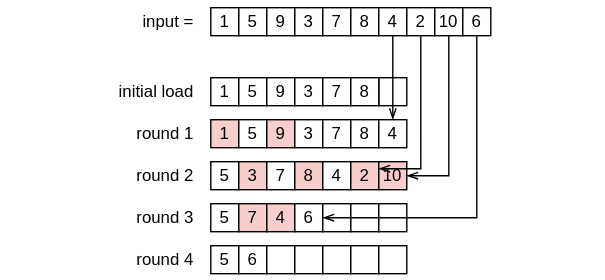
This is docs/posts/算法/assets/c8ca67-3.drawio.svg from axiomofchoice-hjt/Axiomofchoice-hjt.github.io, a draw.io export, as it was before one commit. Source tidied: cells renumbered, new cells last; positions are measured from the earlier drawing's top-left corner, leaving out a move shared by most shapes.
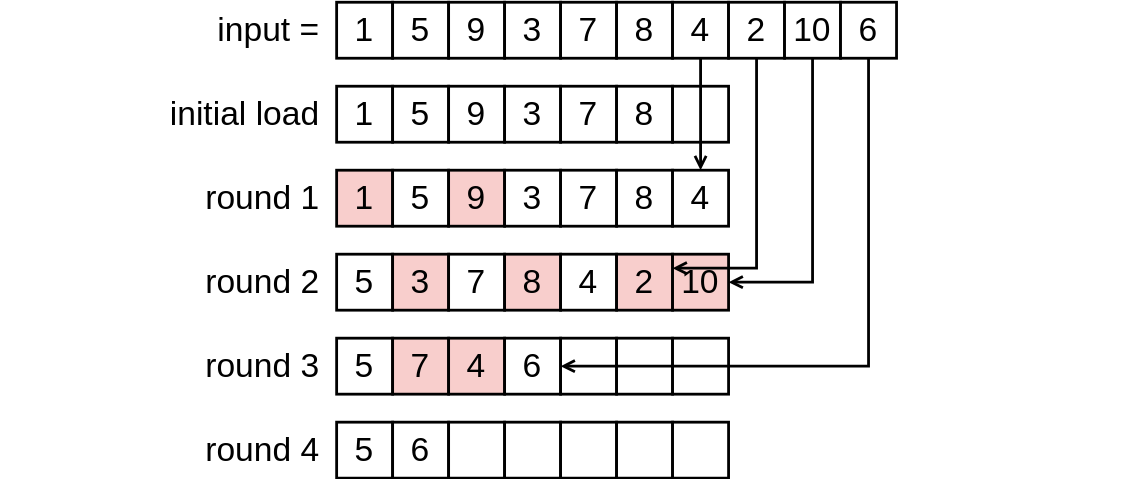
After the change.

Diff of the diagram source:
```diff
@@ -2,176 +2,176 @@
   <root>
     <mxCell id="0" />
     <mxCell id="1" parent="0" />
-    <mxCell id="2" style="rounded=0;whiteSpace=wrap;html=1;" parent="1" vertex="1">
-      <mxGeometry x="270" y="55" width="20" height="20" as="geometry" />
-    </mxCell>
-    <mxCell id="3" value="1" style="rounded=0;whiteSpace=wrap;html=1;" parent="1" vertex="1">
-      <mxGeometry x="150" y="5" width="20" height="20" as="geometry" />
-    </mxCell>
-    <mxCell id="4" value="5" style="rounded=0;whiteSpace=wrap;html=1;" parent="1" vertex="1">
-      <mxGeometry x="170" y="5" width="20" height="20" as="geometry" />
-    </mxCell>
-    <mxCell id="5" value="9" style="rounded=0;whiteSpace=wrap;html=1;" parent="1" vertex="1">
-      <mxGeometry x="190" y="5" width="20" height="20" as="geometry" />
-    </mxCell>
-    <mxCell id="6" value="3" style="rounded=0;whiteSpace=wrap;html=1;" parent="1" vertex="1">
-      <mxGeometry x="210" y="5" width="20" height="20" as="geometry" />
-    </mxCell>
-    <mxCell id="7" value="7" style="rounded=0;whiteSpace=wrap;html=1;" parent="1" vertex="1">
-      <mxGeometry x="230" y="5" width="20" height="20" as="geometry" />
-    </mxCell>
-    <mxCell id="8" value="8" style="rounded=0;whiteSpace=wrap;html=1;" parent="1" vertex="1">
-      <mxGeometry x="250" y="5" width="20" height="20" as="geometry" />
-    </mxCell>
-    <mxCell id="9" style="edgeStyle=none;html=1;exitX=0.5;exitY=1;exitDx=0;exitDy=0;entryX=0.5;entryY=0;entryDx=0;entryDy=0;endArrow=openThin;endFill=0;" parent="1" edge="1" source="10" target="34">
-      <mxGeometry relative="1" as="geometry" />
-    </mxCell>
-    <mxCell id="10" value="4" style="rounded=0;whiteSpace=wrap;html=1;" parent="1" vertex="1">
-      <mxGeometry x="270" y="5" width="20" height="20" as="geometry" />
-    </mxCell>
-    <mxCell id="11" value="2" style="rounded=0;whiteSpace=wrap;html=1;" parent="1" vertex="1">
-      <mxGeometry x="290" y="5" width="20" height="20" as="geometry" />
-    </mxCell>
-    <mxCell id="12" value="10" style="rounded=0;whiteSpace=wrap;html=1;" parent="1" vertex="1">
-      <mxGeometry x="310" y="5" width="20" height="20" as="geometry" />
-    </mxCell>
-    <mxCell id="13" value="6" style="rounded=0;whiteSpace=wrap;html=1;" parent="1" vertex="1">
-      <mxGeometry x="330" y="5" width="20" height="20" as="geometry" />
-    </mxCell>
+    <mxCell id="58" style="endArrow=none;html=1;strokeColor=none;" parent="1" edge="1">
+      <mxGeometry relative="1" as="geometry">
+        <mxPoint x="-90" y="265" as="sourcePoint" />
+        <mxPoint x="711.3" y="265" as="targetPoint" />
+      </mxGeometry>
+    </mxCell>
-    <mxCell id="14" value="input =" style="text;html=1;align=right;verticalAlign=middle;whiteSpace=wrap;rounded=0;" parent="1" vertex="1">
-      <mxGeometry x="90" width="50" height="30" as="geometry" />
+    <mxCell id="14" value="input =" style="text;html=1;align=right;verticalAlign=middle;whiteSpace=wrap;rounded=0;fontSize=24;" parent="1" vertex="1">
+      <mxGeometry x="60" y="255" width="80" height="40" as="geometry" />
     </mxCell>
-    <mxCell id="15" value="1" style="rounded=0;whiteSpace=wrap;html=1;" parent="1" vertex="1">
-      <mxGeometry x="150" y="55" width="20" height="20" as="geometry" />
-    </mxCell>
-    <mxCell id="16" value="5" style="rounded=0;whiteSpace=wrap;html=1;" parent="1" vertex="1">
-      <mxGeometry x="170" y="55" width="20" height="20" as="geometry" />
-    </mxCell>
-    <mxCell id="17" value="9" style="rounded=0;whiteSpace=wrap;html=1;" parent="1" vertex="1">
-      <mxGeometry x="190" y="55" width="20" height="20" as="geometry" />
-    </mxCell>
-    <mxCell id="18" value="3" style="rounded=0;whiteSpace=wrap;html=1;" parent="1" vertex="1">
-      <mxGeometry x="210" y="55" width="20" height="20" as="geometry" />
-    </mxCell>
-    <mxCell id="19" value="7" style="rounded=0;whiteSpace=wrap;html=1;" parent="1" vertex="1">
-      <mxGeometry x="230" y="55" width="20" height="20" as="geometry" />
-    </mxCell>
-    <mxCell id="20" value="8" style="rounded=0;whiteSpace=wrap;html=1;" parent="1" vertex="1">
-      <mxGeometry x="250" y="55" width="20" height="20" as="geometry" />
-    </mxCell>
-    <mxCell id="21" value="5" style="rounded=0;whiteSpace=wrap;html=1;" parent="1" vertex="1">
-      <mxGeometry x="150" y="115" width="20" height="20" as="geometry" />
-    </mxCell>
-    <mxCell id="22" value="3" style="rounded=0;whiteSpace=wrap;html=1;fillColor=#f8cecc;strokeColor=#000000;" parent="1" vertex="1">
-      <mxGeometry x="170" y="115" width="20" height="20" as="geometry" />
-    </mxCell>
-    <mxCell id="23" value="7" style="rounded=0;whiteSpace=wrap;html=1;" parent="1" vertex="1">
-      <mxGeometry x="190" y="115" width="20" height="20" as="geometry" />
-    </mxCell>
-    <mxCell id="24" value="8" style="rounded=0;whiteSpace=wrap;html=1;fillColor=#f8cecc;strokeColor=light-dark(#000000, #d7817e);" parent="1" vertex="1">
-      <mxGeometry x="210" y="115" width="20" height="20" as="geometry" />
-    </mxCell>
-    <mxCell id="25" value="4" style="rounded=0;whiteSpace=wrap;html=1;" parent="1" vertex="1">
-      <mxGeometry x="230" y="115" width="20" height="20" as="geometry" />
-    </mxCell>
-    <mxCell id="26" value="2" style="rounded=0;whiteSpace=wrap;html=1;fillColor=#f8cecc;strokeColor=light-dark(#000000, #d7817e);" parent="1" vertex="1">
-      <mxGeometry x="250" y="115" width="20" height="20" as="geometry" />
-    </mxCell>
-    <mxCell id="27" value="10" style="rounded=0;whiteSpace=wrap;html=1;fillColor=#f8cecc;strokeColor=light-dark(#000000, #d7817e);" parent="1" vertex="1">
-      <mxGeometry x="270" y="115" width="20" height="20" as="geometry" />
-    </mxCell>
-    <mxCell id="28" value="1" style="rounded=0;whiteSpace=wrap;html=1;fillColor=#f8cecc;strokeColor=light-dark(#000000, #d7817e);" parent="1" vertex="1">
-      <mxGeometry x="150" y="85" width="20" height="20" as="geometry" />
-    </mxCell>
-    <mxCell id="29" value="5" style="rounded=0;whiteSpace=wrap;html=1;" parent="1" vertex="1">
-      <mxGeometry x="170" y="85" width="20" height="20" as="geometry" />
-    </mxCell>
-    <mxCell id="30" value="9" style="rounded=0;whiteSpace=wrap;html=1;fillColor=#f8cecc;strokeColor=light-dark(#000000, #d7817e);" parent="1" vertex="1">
-      <mxGeometry x="190" y="85" width="20" height="20" as="geometry" />
-    </mxCell>
-    <mxCell id="31" value="3" style="rounded=0;whiteSpace=wrap;html=1;" parent="1" vertex="1">
-      <mxGeometry x="210" y="85" width="20" height="20" as="geometry" />
-    </mxCell>
-    <mxCell id="32" value="7" style="rounded=0;whiteSpace=wrap;html=1;" parent="1" vertex="1">
-      <mxGeometry x="230" y="85" width="20" height="20" as="geometry" />
-    </mxCell>
-    <mxCell id="33" value="8" style="rounded=0;whiteSpace=wrap;html=1;" parent="1" vertex="1">
-      <mxGeometry x="250" y="85" width="20" height="20" as="geometry" />
-    </mxCell>
-    <mxCell id="34" value="4" style="rounded=0;whiteSpace=wrap;html=1;" parent="1" vertex="1">
-      <mxGeometry x="270" y="85" width="20" height="20" as="geometry" />
-    </mxCell>
-    <mxCell id="35" style="edgeStyle=orthogonalEdgeStyle;html=1;exitX=0.5;exitY=1;exitDx=0;exitDy=0;entryX=1;entryY=0.25;entryDx=0;entryDy=0;rounded=0;curved=0;endArrow=openThin;endFill=0;" parent="1" edge="1" source="11" target="26">
-      <mxGeometry relative="1" as="geometry" />
-    </mxCell>
-    <mxCell id="36" style="edgeStyle=orthogonalEdgeStyle;html=1;exitX=0.5;exitY=1;exitDx=0;exitDy=0;rounded=0;curved=0;endArrow=openThin;endFill=0;entryX=1;entryY=0.5;entryDx=0;entryDy=0;" parent="1" edge="1" source="12" target="27">
-      <mxGeometry relative="1" as="geometry" />
-    </mxCell>
-    <mxCell id="37" value="5" style="rounded=0;whiteSpace=wrap;html=1;" parent="1" vertex="1">
-      <mxGeometry x="150" y="145" width="20" height="20" as="geometry" />
-    </mxCell>
-    <mxCell id="38" value="7" style="rounded=0;whiteSpace=wrap;html=1;fillColor=#f8cecc;strokeColor=light-dark(#000000, #d7817e);" parent="1" vertex="1">
-      <mxGeometry x="170" y="145" width="20" height="20" as="geometry" />
-    </mxCell>
-    <mxCell id="39" value="4" style="rounded=0;whiteSpace=wrap;html=1;fillColor=#f8cecc;strokeColor=light-dark(#000000, #d7817e);" parent="1" vertex="1">
-      <mxGeometry x="190" y="145" width="20" height="20" as="geometry" />
-    </mxCell>
-    <mxCell id="40" value="6" style="rounded=0;whiteSpace=wrap;html=1;" parent="1" vertex="1">
-      <mxGeometry x="210" y="145" width="20" height="20" as="geometry" />
-    </mxCell>
-    <mxCell id="41" style="rounded=0;whiteSpace=wrap;html=1;" parent="1" vertex="1">
-      <mxGeometry x="230" y="145" width="20" height="20" as="geometry" />
-    </mxCell>
-    <mxCell id="42" style="rounded=0;whiteSpace=wrap;html=1;" parent="1" vertex="1">
-      <mxGeometry x="250" y="145" width="20" height="20" as="geometry" />
-    </mxCell>
-    <mxCell id="43" style="rounded=0;whiteSpace=wrap;html=1;" parent="1" vertex="1">
-      <mxGeometry x="270" y="145" width="20" height="20" as="geometry" />
-    </mxCell>
-    <mxCell id="44" style="html=1;exitX=0.5;exitY=1;exitDx=0;exitDy=0;entryX=1;entryY=0.5;entryDx=0;entryDy=0;rounded=0;edgeStyle=orthogonalEdgeStyle;endArrow=openThin;endFill=0;" parent="1" edge="1" source="13" target="40">
-      <mxGeometry relative="1" as="geometry" />
-    </mxCell>
-    <mxCell id="45" value="5" style="rounded=0;whiteSpace=wrap;html=1;" parent="1" vertex="1">
-      <mxGeometry x="150" y="175" width="20" height="20" as="geometry" />
-    </mxCell>
-    <mxCell id="46" value="6" style="rounded=0;whiteSpace=wrap;html=1;" parent="1" vertex="1">
-      <mxGeometry x="170" y="175" width="20" height="20" as="geometry" />
-    </mxCell>
-    <mxCell id="47" style="rounded=0;whiteSpace=wrap;html=1;" parent="1" vertex="1">
-      <mxGeometry x="190" y="175" width="20" height="20" as="geometry" />
-    </mxCell>
-    <mxCell id="48" style="rounded=0;whiteSpace=wrap;html=1;" parent="1" vertex="1">
-      <mxGeometry x="210" y="175" width="20" height="20" as="geometry" />
-    </mxCell>
-    <mxCell id="49" style="rounded=0;whiteSpace=wrap;html=1;" parent="1" vertex="1">
-      <mxGeometry x="230" y="175" width="20" height="20" as="geometry" />
-    </mxCell>
-    <mxCell id="50" style="rounded=0;whiteSpace=wrap;html=1;" parent="1" vertex="1">
-      <mxGeometry x="250" y="175" width="20" height="20" as="geometry" />
-    </mxCell>
-    <mxCell id="51" style="rounded=0;whiteSpace=wrap;html=1;" parent="1" vertex="1">
-      <mxGeometry x="270" y="175" width="20" height="20" as="geometry" />
-    </mxCell>
-    <mxCell id="52" value="round 1" style="text;html=1;align=right;verticalAlign=middle;whiteSpace=wrap;rounded=0;" parent="1" vertex="1">
-      <mxGeometry x="80" y="80" width="60" height="30" as="geometry" />
+    <mxCell id="52" value="round 1" style="text;html=1;align=right;verticalAlign=middle;whiteSpace=wrap;rounded=0;fontSize=24;" parent="1" vertex="1">
+      <mxGeometry x="50" y="375" width="90" height="40" as="geometry" />
     </mxCell>
-    <mxCell id="53" value="round 2" style="text;html=1;align=right;verticalAlign=middle;whiteSpace=wrap;rounded=0;" parent="1" vertex="1">
-      <mxGeometry x="80" y="110" width="60" height="30" as="geometry" />
+    <mxCell id="53" value="round 2" style="text;html=1;align=right;verticalAlign=middle;whiteSpace=wrap;rounded=0;fontSize=24;" parent="1" vertex="1">
+      <mxGeometry x="50" y="435" width="90" height="40" as="geometry" />
     </mxCell>
-    <mxCell id="54" value="round 3" style="text;html=1;align=right;verticalAlign=middle;whiteSpace=wrap;rounded=0;" parent="1" vertex="1">
-      <mxGeometry x="80" y="140" width="60" height="30" as="geometry" />
+    <mxCell id="54" value="round 3" style="text;html=1;align=right;verticalAlign=middle;whiteSpace=wrap;rounded=0;fontSize=24;" parent="1" vertex="1">
+      <mxGeometry x="50" y="495" width="90" height="40" as="geometry" />
     </mxCell>
-    <mxCell id="55" value="round 4" style="text;html=1;align=right;verticalAlign=middle;whiteSpace=wrap;rounded=0;" parent="1" vertex="1">
-      <mxGeometry x="80" y="170" width="60" height="30" as="geometry" />
+    <mxCell id="55" value="round 4" style="text;html=1;align=right;verticalAlign=middle;whiteSpace=wrap;rounded=0;fontSize=24;" parent="1" vertex="1">
+      <mxGeometry x="40" y="555" width="100" height="40" as="geometry" />
     </mxCell>
-    <mxCell id="56" value="initial load" style="text;html=1;align=right;verticalAlign=middle;whiteSpace=wrap;rounded=0;" parent="1" vertex="1">
-      <mxGeometry x="80" y="50" width="60" height="30" as="geometry" />
+    <mxCell id="56" value="initial load" style="text;html=1;align=right;verticalAlign=middle;whiteSpace=wrap;rounded=0;fontSize=24;" parent="1" vertex="1">
+      <mxGeometry x="30" y="315" width="110" height="40" as="geometry" />
     </mxCell>
-    <mxCell id="57" style="endArrow=none;html=1;strokeColor=none;" parent="1" edge="1">
-      <mxGeometry relative="1" as="geometry">
-        <mxPoint y="55" as="sourcePoint" />
-        <mxPoint x="430.6" y="55" as="targetPoint" />
-      </mxGeometry>
-    </mxCell>
+    <mxCell id="59" value="1" style="rounded=0;whiteSpace=wrap;html=1;fontSize=24;strokeWidth=2;" parent="1" vertex="1">
+      <mxGeometry x="150" y="255" width="40" height="40" as="geometry" />
+    </mxCell>
+    <mxCell id="60" value="5" style="rounded=0;whiteSpace=wrap;html=1;fontSize=24;strokeWidth=2;" parent="1" vertex="1">
+      <mxGeometry x="190" y="255" width="40" height="40" as="geometry" />
+    </mxCell>
+    <mxCell id="61" value="9" style="rounded=0;whiteSpace=wrap;html=1;fontSize=24;strokeWidth=2;" parent="1" vertex="1">
+      <mxGeometry x="230" y="255" width="40" height="40" as="geometry" />
+    </mxCell>
+    <mxCell id="62" value="3" style="rounded=0;whiteSpace=wrap;html=1;fontSize=24;strokeWidth=2;" parent="1" vertex="1">
+      <mxGeometry x="270" y="255" width="40" height="40" as="geometry" />
+    </mxCell>
+    <mxCell id="63" value="7" style="rounded=0;whiteSpace=wrap;html=1;fontSize=24;strokeWidth=2;" parent="1" vertex="1">
+      <mxGeometry x="310" y="255" width="40" height="40" as="geometry" />
+    </mxCell>
+    <mxCell id="64" value="8" style="rounded=0;whiteSpace=wrap;html=1;fontSize=24;strokeWidth=2;" parent="1" vertex="1">
+      <mxGeometry x="350" y="255" width="40" height="40" as="geometry" />
+    </mxCell>
+    <mxCell id="65" value="4" style="rounded=0;whiteSpace=wrap;html=1;fontSize=24;strokeWidth=2;" parent="1" vertex="1">
+      <mxGeometry x="390" y="255" width="40" height="40" as="geometry" />
+    </mxCell>
+    <mxCell id="66" value="2" style="rounded=0;whiteSpace=wrap;html=1;fontSize=24;strokeWidth=2;" parent="1" vertex="1">
+      <mxGeometry x="430" y="255" width="40" height="40" as="geometry" />
+    </mxCell>
+    <mxCell id="67" value="10" style="rounded=0;whiteSpace=wrap;html=1;fontSize=24;strokeWidth=2;" parent="1" vertex="1">
+      <mxGeometry x="470" y="255" width="40" height="40" as="geometry" />
+    </mxCell>
+    <mxCell id="68" value="6" style="rounded=0;whiteSpace=wrap;html=1;fontSize=24;strokeWidth=2;" parent="1" vertex="1">
+      <mxGeometry x="510" y="255" width="40" height="40" as="geometry" />
+    </mxCell>
+    <mxCell id="69" value="1" style="rounded=0;whiteSpace=wrap;html=1;fontSize=24;strokeWidth=2;" parent="1" vertex="1">
+      <mxGeometry x="150" y="315" width="40" height="40" as="geometry" />
+    </mxCell>
+    <mxCell id="70" value="5" style="rounded=0;whiteSpace=wrap;html=1;fontSize=24;strokeWidth=2;" parent="1" vertex="1">
+      <mxGeometry x="190" y="315" width="40" height="40" as="geometry" />
+    </mxCell>
+    <mxCell id="71" value="9" style="rounded=0;whiteSpace=wrap;html=1;fontSize=24;strokeWidth=2;" parent="1" vertex="1">
+      <mxGeometry x="230" y="315" width="40" height="40" as="geometry" />
+    </mxCell>
+    <mxCell id="72" value="3" style="rounded=0;whiteSpace=wrap;html=1;fontSize=24;strokeWidth=2;" parent="1" vertex="1">
+      <mxGeometry x="270" y="315" width="40" height="40" as="geometry" />
+    </mxCell>
+    <mxCell id="73" value="7" style="rounded=0;whiteSpace=wrap;html=1;fontSize=24;strokeWidth=2;" parent="1" vertex="1">
+      <mxGeometry x="310" y="315" width="40" height="40" as="geometry" />
+    </mxCell>
+    <mxCell id="74" value="8" style="rounded=0;whiteSpace=wrap;html=1;fontSize=24;strokeWidth=2;" parent="1" vertex="1">
+      <mxGeometry x="350" y="315" width="40" height="40" as="geometry" />
+    </mxCell>
+    <mxCell id="75" style="rounded=0;whiteSpace=wrap;html=1;fontSize=24;strokeWidth=2;" parent="1" vertex="1">
+      <mxGeometry x="390" y="315" width="40" height="40" as="geometry" />
+    </mxCell>
+    <mxCell id="76" value="1" style="rounded=0;whiteSpace=wrap;html=1;fontSize=24;strokeWidth=2;fillColor=#f8cecc;strokeColor=light-dark(#000000, #d7817e);" parent="1" vertex="1">
+      <mxGeometry x="150" y="375" width="40" height="40" as="geometry" />
+    </mxCell>
+    <mxCell id="77" value="5" style="rounded=0;whiteSpace=wrap;html=1;fontSize=24;strokeWidth=2;" parent="1" vertex="1">
+      <mxGeometry x="190" y="375" width="40" height="40" as="geometry" />
+    </mxCell>
+    <mxCell id="78" value="9" style="rounded=0;whiteSpace=wrap;html=1;fontSize=24;strokeWidth=2;fillColor=#f8cecc;strokeColor=light-dark(#000000, #d7817e);" parent="1" vertex="1">
+      <mxGeometry x="230" y="375" width="40" height="40" as="geometry" />
+    </mxCell>
+    <mxCell id="79" value="3" style="rounded=0;whiteSpace=wrap;html=1;fontSize=24;strokeWidth=2;" parent="1" vertex="1">
+      <mxGeometry x="270" y="375" width="40" height="40" as="geometry" />
+    </mxCell>
+    <mxCell id="80" value="7" style="rounded=0;whiteSpace=wrap;html=1;fontSize=24;strokeWidth=2;" parent="1" vertex="1">
+      <mxGeometry x="310" y="375" width="40" height="40" as="geometry" />
+    </mxCell>
+    <mxCell id="81" value="8" style="rounded=0;whiteSpace=wrap;html=1;fontSize=24;strokeWidth=2;" parent="1" vertex="1">
+      <mxGeometry x="350" y="375" width="40" height="40" as="geometry" />
+    </mxCell>
+    <mxCell id="82" value="4" style="rounded=0;whiteSpace=wrap;html=1;fontSize=24;strokeWidth=2;" parent="1" vertex="1">
+      <mxGeometry x="390" y="375" width="40" height="40" as="geometry" />
+    </mxCell>
+    <mxCell id="83" value="5" style="rounded=0;whiteSpace=wrap;html=1;fontSize=24;strokeWidth=2;" parent="1" vertex="1">
+      <mxGeometry x="150" y="435" width="40" height="40" as="geometry" />
+    </mxCell>
+    <mxCell id="84" value="3" style="rounded=0;whiteSpace=wrap;html=1;fontSize=24;strokeWidth=2;fillColor=#f8cecc;strokeColor=#000000;" parent="1" vertex="1">
+      <mxGeometry x="190" y="435" width="40" height="40" as="geometry" />
+    </mxCell>
+    <mxCell id="85" value="7" style="rounded=0;whiteSpace=wrap;html=1;fontSize=24;strokeWidth=2;" parent="1" vertex="1">
+      <mxGeometry x="230" y="435" width="40" height="40" as="geometry" />
+    </mxCell>
+    <mxCell id="86" value="8" style="rounded=0;whiteSpace=wrap;html=1;fontSize=24;strokeWidth=2;fillColor=#f8cecc;strokeColor=light-dark(#000000, #d7817e);" parent="1" vertex="1">
+      <mxGeometry x="270" y="435" width="40" height="40" as="geometry" />
+    </mxCell>
+    <mxCell id="87" value="4" style="rounded=0;whiteSpace=wrap;html=1;fontSize=24;strokeWidth=2;" parent="1" vertex="1">
+      <mxGeometry x="310" y="435" width="40" height="40" as="geometry" />
+    </mxCell>
+    <mxCell id="88" value="2" style="rounded=0;whiteSpace=wrap;html=1;fontSize=24;strokeWidth=2;fillColor=#f8cecc;strokeColor=light-dark(#000000, #d7817e);" parent="1" vertex="1">
+      <mxGeometry x="350" y="435" width="40" height="40" as="geometry" />
+    </mxCell>
+    <mxCell id="89" value="10" style="rounded=0;whiteSpace=wrap;html=1;fontSize=24;strokeWidth=2;fillColor=#f8cecc;strokeColor=#000000;" parent="1" vertex="1">
+      <mxGeometry x="390" y="435" width="40" height="40" as="geometry" />
+    </mxCell>
+    <mxCell id="90" value="5" style="rounded=0;whiteSpace=wrap;html=1;fontSize=24;strokeWidth=2;" parent="1" vertex="1">
+      <mxGeometry x="150" y="495" width="40" height="40" as="geometry" />
+    </mxCell>
+    <mxCell id="91" value="7" style="rounded=0;whiteSpace=wrap;html=1;fontSize=24;strokeWidth=2;fillColor=#f8cecc;strokeColor=light-dark(#000000, #d7817e);" parent="1" vertex="1">
+      <mxGeometry x="190" y="495" width="40" height="40" as="geometry" />
+    </mxCell>
+    <mxCell id="92" value="4" style="rounded=0;whiteSpace=wrap;html=1;fontSize=24;strokeWidth=2;fillColor=#f8cecc;strokeColor=light-dark(#000000, #d7817e);" parent="1" vertex="1">
+      <mxGeometry x="230" y="495" width="40" height="40" as="geometry" />
+    </mxCell>
+    <mxCell id="93" value="6" style="rounded=0;whiteSpace=wrap;html=1;fontSize=24;strokeWidth=2;" parent="1" vertex="1">
+      <mxGeometry x="270" y="495" width="40" height="40" as="geometry" />
+    </mxCell>
+    <mxCell id="94" style="rounded=0;whiteSpace=wrap;html=1;fontSize=24;strokeWidth=2;" parent="1" vertex="1">
+      <mxGeometry x="310" y="495" width="40" height="40" as="geometry" />
+    </mxCell>
+    <mxCell id="95" style="rounded=0;whiteSpace=wrap;html=1;fontSize=24;strokeWidth=2;" parent="1" vertex="1">
+      <mxGeometry x="350" y="495" width="40" height="40" as="geometry" />
+    </mxCell>
+    <mxCell id="96" style="rounded=0;whiteSpace=wrap;html=1;fontSize=24;strokeWidth=2;" parent="1" vertex="1">
+      <mxGeometry x="390" y="495" width="40" height="40" as="geometry" />
+    </mxCell>
+    <mxCell id="97" value="5" style="rounded=0;whiteSpace=wrap;html=1;fontSize=24;strokeWidth=2;" parent="1" vertex="1">
+      <mxGeometry x="150" y="555" width="40" height="40" as="geometry" />
+    </mxCell>
+    <mxCell id="98" value="6" style="rounded=0;whiteSpace=wrap;html=1;fontSize=24;strokeWidth=2;" parent="1" vertex="1">
+      <mxGeometry x="190" y="555" width="40" height="40" as="geometry" />
+    </mxCell>
+    <mxCell id="99" style="rounded=0;whiteSpace=wrap;html=1;fontSize=24;strokeWidth=2;" parent="1" vertex="1">
+      <mxGeometry x="230" y="555" width="40" height="40" as="geometry" />
+    </mxCell>
+    <mxCell id="100" style="rounded=0;whiteSpace=wrap;html=1;fontSize=24;strokeWidth=2;" parent="1" vertex="1">
+      <mxGeometry x="270" y="555" width="40" height="40" as="geometry" />
+    </mxCell>
+    <mxCell id="101" style="rounded=0;whiteSpace=wrap;html=1;fontSize=24;strokeWidth=2;" parent="1" vertex="1">
+      <mxGeometry x="310" y="555" width="40" height="40" as="geometry" />
+    </mxCell>
+    <mxCell id="102" style="rounded=0;whiteSpace=wrap;html=1;fontSize=24;strokeWidth=2;" parent="1" vertex="1">
+      <mxGeometry x="350" y="555" width="40" height="40" as="geometry" />
+    </mxCell>
+    <mxCell id="103" style="rounded=0;whiteSpace=wrap;html=1;fontSize=24;strokeWidth=2;" parent="1" vertex="1">
+      <mxGeometry x="390" y="555" width="40" height="40" as="geometry" />
+    </mxCell>
+    <mxCell id="104" style="edgeStyle=none;html=1;exitX=0.5;exitY=1;exitDx=0;exitDy=0;entryX=0.5;entryY=0;entryDx=0;entryDy=0;strokeWidth=2;endArrow=open;endFill=0;" parent="1" edge="1" source="65" target="82">
+      <mxGeometry relative="1" as="geometry" />
+    </mxCell>
+    <mxCell id="105" style="edgeStyle=orthogonalEdgeStyle;html=1;exitX=0.5;exitY=1;exitDx=0;exitDy=0;strokeWidth=2;endArrow=open;endFill=0;rounded=0;curved=0;entryX=1;entryY=0.25;entryDx=0;entryDy=0;" parent="1" edge="1" source="66" target="88">
+      <mxGeometry relative="1" as="geometry" />
+    </mxCell>
+    <mxCell id="106" style="edgeStyle=orthogonalEdgeStyle;html=1;exitX=0.5;exitY=1;exitDx=0;exitDy=0;entryX=1;entryY=0.5;entryDx=0;entryDy=0;strokeWidth=2;endArrow=open;endFill=0;rounded=0;curved=0;" parent="1" edge="1" source="67" target="89">
+      <mxGeometry relative="1" as="geometry" />
+    </mxCell>
+    <mxCell id="107" style="edgeStyle=orthogonalEdgeStyle;html=1;exitX=0.5;exitY=1;exitDx=0;exitDy=0;entryX=1;entryY=0.5;entryDx=0;entryDy=0;strokeWidth=2;endArrow=open;endFill=0;rounded=0;curved=0;" parent="1" edge="1" source="68" target="93">
+      <mxGeometry relative="1" as="geometry" />
+    </mxCell>
   </root>
 </mxGraphModel>
```
